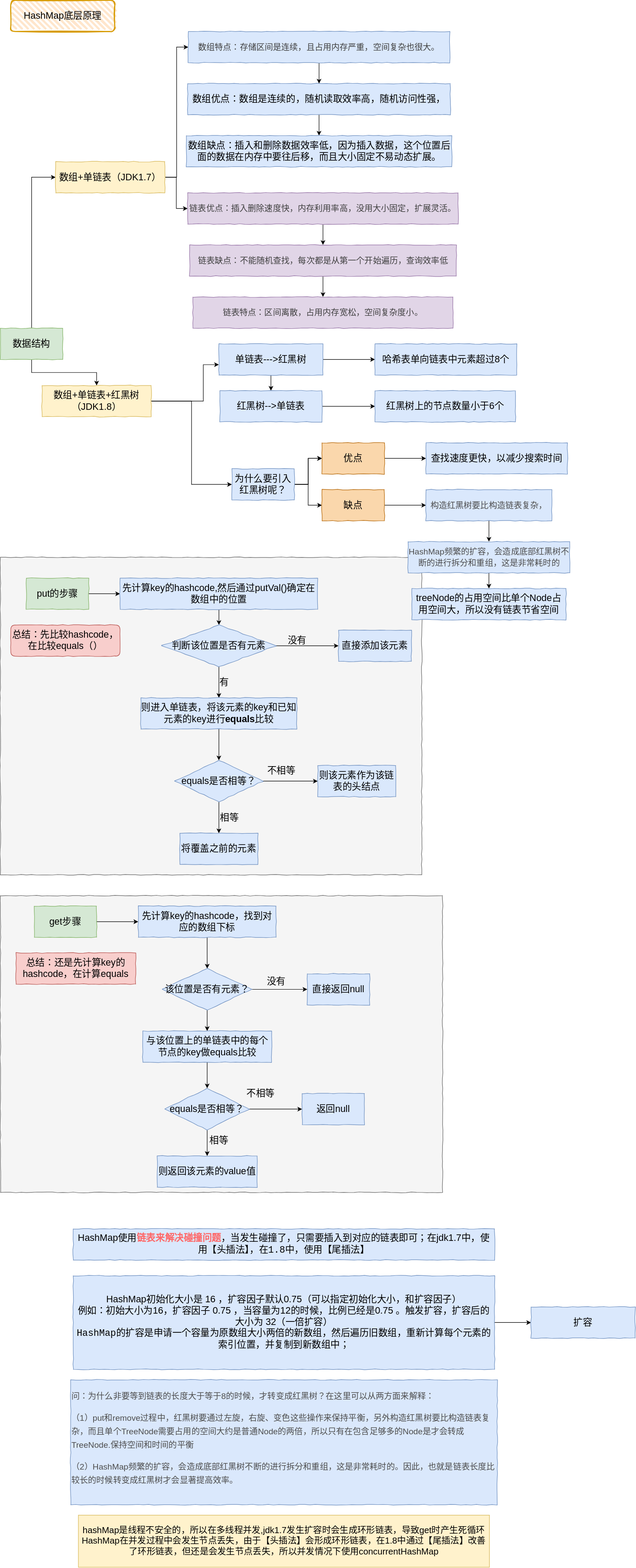
Above: Java/HashMap.svg in kusuzi/LearnJava (draw.io), before the change. Source tidied: cells renumbered, new cells last; positions are measured from the earlier drawing's top-left corner, leaving out a move shared by most shapes.
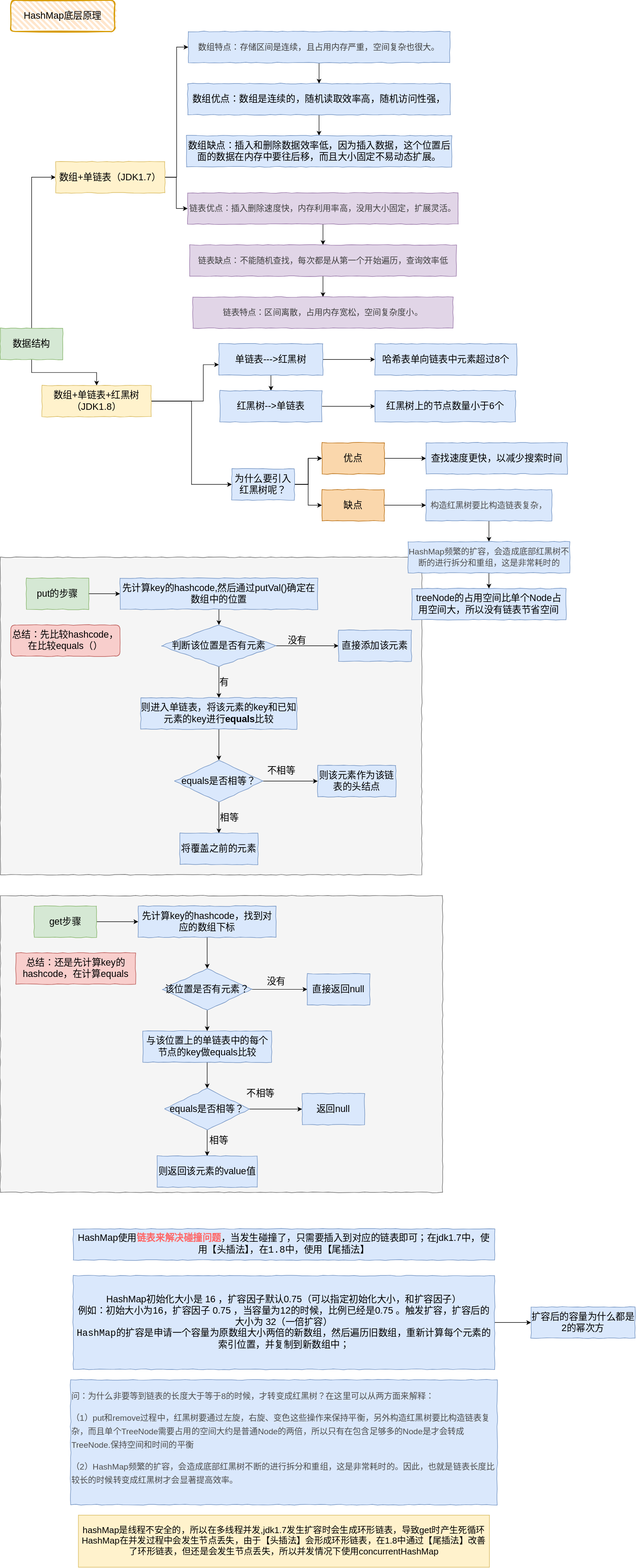
Above is the later version.

The edit, as a diff of the source:
```diff
@@ -272,7 +272,7 @@
     <mxCell id="88" value="treeNode的占用空间比单个Node占用空间大，所以没有链表节省空间" style="whiteSpace=wrap;html=1;rounded=0;fontSize=18;strokeColor=#6c8ebf;fillColor=#dae8fc;comic=1;" parent="1" vertex="1">
       <mxGeometry x="790.9" y="1130" width="296.4" height="60" as="geometry" />
     </mxCell>
-    <mxCell id="89" value="扩容" style="whiteSpace=wrap;html=1;rounded=0;fontSize=18;strokeColor=#6c8ebf;fillColor=#dae8fc;comic=1;" parent="1" vertex="1">
+    <mxCell id="89" value="扩容后的容量为什么都是2的幂次方" style="whiteSpace=wrap;html=1;rounded=0;fontSize=18;strokeColor=#6c8ebf;fillColor=#dae8fc;comic=1;" parent="1" vertex="1">
       <mxGeometry x="1020" y="2510" width="200" height="60" as="geometry" />
     </mxCell>
     <mxCell id="90" value="hashMap是线程不安全的，所以在多线程并发,jdk1.7发生扩容时&lt;span style=&quot;font-size: 17px&quot;&gt;会生成环形链表，导致get时产生死循环&lt;br style=&quot;font-size: 17px&quot;&gt;HashMap在并发过程中会发生节点丢失，由于【头插法】会形成环形链表，在1.8中通过【尾插法】改善了环形链表，但还是会发生节点丢失，所以并发情况下使用concurrentHashMap&lt;br style=&quot;font-size: 17px&quot;&gt;&lt;/span&gt;" style="whiteSpace=wrap;html=1;labelBackgroundColor=none;align=center;fillColor=#fff2cc;strokeColor=#d6b656;fontSize=17;" parent="1" vertex="1">
```
